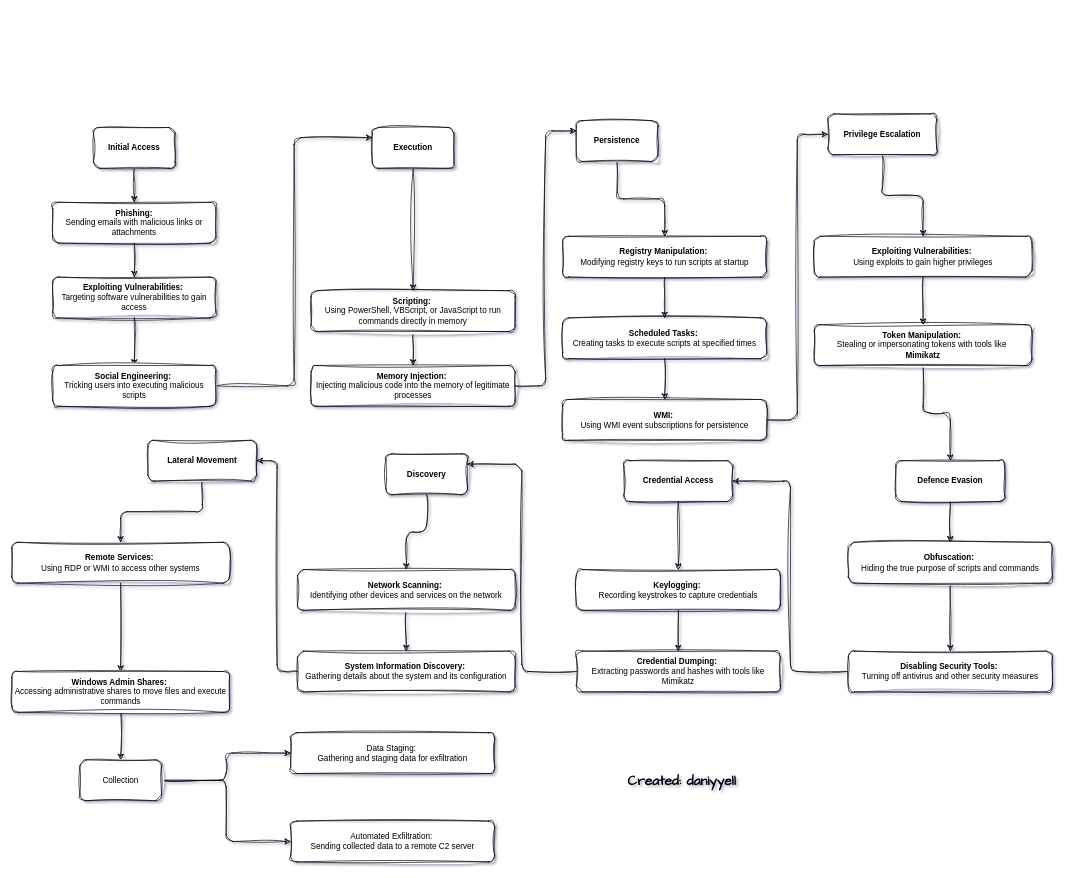
Above: Untitled Diagram.drawio in daniyyell-dev/draw.io (draw.io), before the change. Source tidied: cells renumbered, new cells numbered last; positions are measured from the earlier drawing's top-left corner, leaving out a move shared by most shapes. Both pictures are drawn from the tidied source at 68%, with x=0, y=0 at pixel (12, 114).
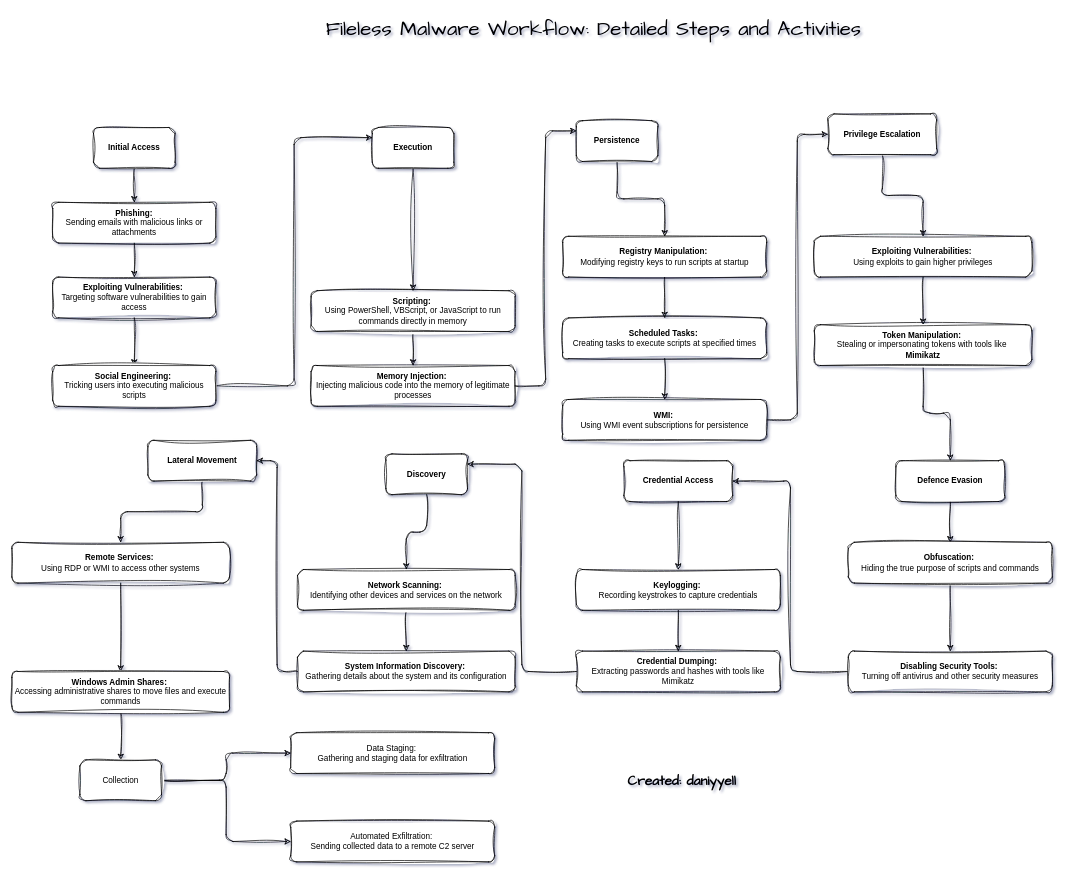
The same diagram, later.

What changed in the source:
```diff
@@
+    <mxCell id="64" value="&lt;font style=&quot;font-size: 30px;&quot;&gt;Fileless Malware Workflow: Detailed Steps and Activities&lt;/font&gt;" style="text;html=1;align=center;verticalAlign=middle;strokeColor=none;fillColor=none;fontFamily=Architects Daughter;" parent="1" vertex="1">
+      <mxGeometry x="450" y="-150" width="810" height="50" as="geometry" />
+    </mxCell>
```
